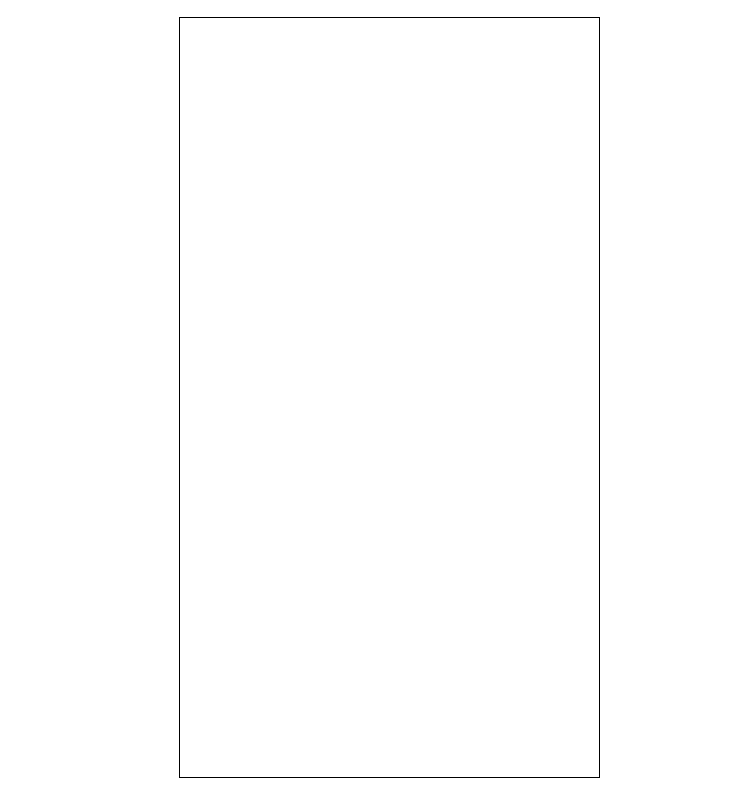
Before: use-case.drawio in Leewhocan/9_siaod, a draw.io diagram. Source tidied: cells renumbered, new cells numbered last; positions are measured from the earlier drawing's top-left corner, leaving out a move shared by most shapes. Both pictures are drawn from the tidied source at 100%, with x=0, y=0 at pixel (179, 17).
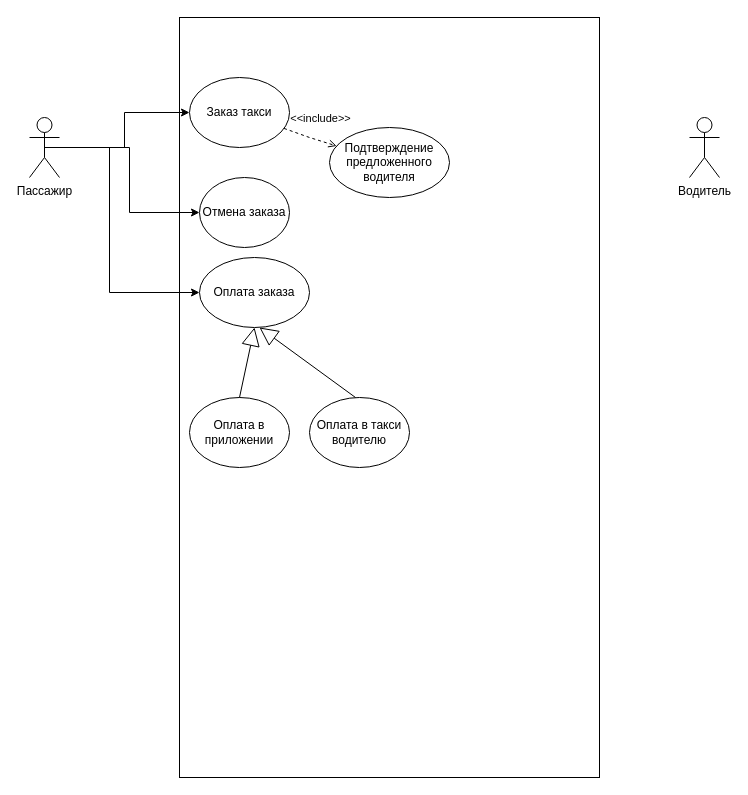
Above is the later version.

The edit, as a diff of the source:
```diff
@@
+    <mxCell id="3" style="edgeStyle=orthogonalEdgeStyle;rounded=0;jettySize=auto;html=1;exitX=0.5;exitY=0.5;exitDx=0;exitDy=0;exitPerimeter=0;" parent="1" edge="1" source="6" target="8">
+      <mxGeometry relative="1" as="geometry" />
+    </mxCell>
+    <mxCell id="4" style="edgeStyle=orthogonalEdgeStyle;rounded=0;jettySize=auto;html=1;exitX=0.5;exitY=0.5;exitDx=0;exitDy=0;exitPerimeter=0;" parent="1" edge="1" source="6" target="9">
+      <mxGeometry relative="1" as="geometry" />
+    </mxCell>
+    <mxCell id="5" style="edgeStyle=orthogonalEdgeStyle;rounded=0;jettySize=auto;html=1;exitX=0.5;exitY=0.5;exitDx=0;exitDy=0;exitPerimeter=0;entryX=0;entryY=0.5;entryDx=0;entryDy=0;" parent="1" edge="1" source="6" target="12">
+      <mxGeometry relative="1" as="geometry">
+        <Array as="points">
+          <mxPoint x="-70" y="130" />
+          <mxPoint x="-70" y="275" />
+        </Array>
+      </mxGeometry>
+    </mxCell>
+    <mxCell id="6" value="Пассажир" style="shape=umlActor;verticalLabelPosition=bottom;verticalAlign=top;html=1;" parent="1" vertex="1">
+      <mxGeometry x="-150" y="100" width="30" height="60" as="geometry" />
+    </mxCell>
+    <mxCell id="7" value="Водитель" style="shape=umlActor;verticalLabelPosition=bottom;verticalAlign=top;html=1;" parent="1" vertex="1">
+      <mxGeometry x="510" y="100" width="30" height="60" as="geometry" />
+    </mxCell>
+    <mxCell id="8" value="Заказ такси" style="ellipse;whiteSpace=wrap;html=1;" parent="1" vertex="1">
+      <mxGeometry x="10" y="60" width="100" height="70" as="geometry" />
+    </mxCell>
+    <mxCell id="9" value="Отмена заказа" style="ellipse;whiteSpace=wrap;html=1;" parent="1" vertex="1">
+      <mxGeometry x="20" y="160" width="90" height="70" as="geometry" />
+    </mxCell>
+    <mxCell id="10" value="&amp;lt;&amp;lt;include&amp;gt;&amp;gt;" style="html=1;verticalAlign=bottom;labelBackgroundColor=none;endArrow=open;endFill=0;dashed=1;rounded=0;" parent="1" edge="1" source="8" target="11">
+      <mxGeometry x="0.21" y="13" relative="1" as="geometry">
+        <Array as="points">
+          <mxPoint x="130" y="120" />
+        </Array>
+      </mxGeometry>
+    </mxCell>
+    <mxCell id="11" value="Подтверждение предложенного водителя" style="ellipse;whiteSpace=wrap;html=1;" parent="1" vertex="1">
+      <mxGeometry x="150" y="110" width="120" height="70" as="geometry" />
+    </mxCell>
+    <mxCell id="12" value="Оплата заказа" style="ellipse;whiteSpace=wrap;html=1;" parent="1" vertex="1">
+      <mxGeometry x="20" y="240" width="110" height="70" as="geometry" />
+    </mxCell>
+    <mxCell id="13" value="Оплата в приложении" style="ellipse;whiteSpace=wrap;html=1;" parent="1" vertex="1">
+      <mxGeometry x="10" y="380" width="100" height="70" as="geometry" />
+    </mxCell>
+    <mxCell id="14" value="Оплата в такси водителю" style="ellipse;whiteSpace=wrap;html=1;" parent="1" vertex="1">
+      <mxGeometry x="130" y="380" width="100" height="70" as="geometry" />
+    </mxCell>
+    <mxCell id="15" style="endArrow=block;endSize=16;endFill=0;html=1;rounded=0;entryX=0.5;entryY=1;entryDx=0;entryDy=0;exitX=0.5;exitY=0;exitDx=0;exitDy=0;" parent="1" edge="1" source="13" target="12">
+      <mxGeometry relative="1" as="geometry" />
+    </mxCell>
+    <mxCell id="16" style="endArrow=block;endSize=16;endFill=0;html=1;rounded=0;exitX=0.5;exitY=0;exitDx=0;exitDy=0;" parent="1" edge="1">
+      <mxGeometry relative="1" as="geometry">
+        <mxPoint x="176" y="380" as="sourcePoint" />
+        <mxPoint x="80" y="310" as="targetPoint" />
+      </mxGeometry>
+    </mxCell>
```
